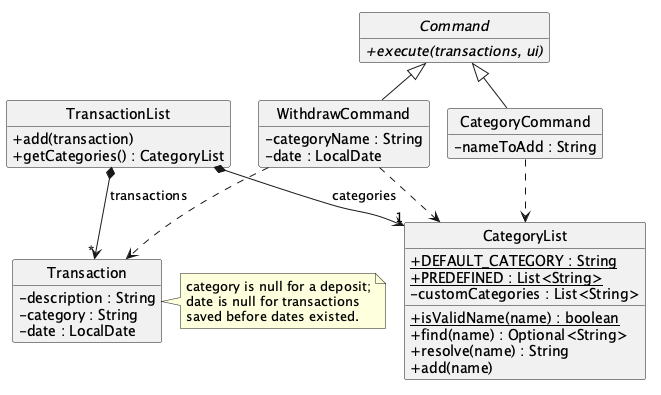
Before: docs/images/CategoryClassDiagram.png, a diagram exported from PlantUML (AY2627S1-CS2113-W13-2/tp). Its diagram source:
```plantuml
@startuml
!pragma layout smetana
hide circle
hide empty members
skinparam shadowing false
skinparam classAttributeIconSize 0

abstract class Command {
  {abstract} +execute(transactions, ui)
}

class WithdrawCommand {
  -categoryName : String
  -date : LocalDate
}

class CategoryCommand {
  -nameToAdd : String
}

class TransactionList {
  +add(transaction)
  +getCategories() : CategoryList
}

class CategoryList {
  {static} +DEFAULT_CATEGORY : String
  {static} +PREDEFINED : List<String>
  -customCategories : List<String>
  {static} +isValidName(name) : boolean
  +find(name) : Optional<String>
  +resolve(name) : String
  +add(name)
}

class Transaction {
  -description : String
  -category : String
  -date : LocalDate
}

Command <|-- WithdrawCommand
Command <|-- CategoryCommand
TransactionList *--> "1" CategoryList : categories
TransactionList *--> "*" Transaction : transactions
WithdrawCommand ..> CategoryList
CategoryCommand ..> CategoryList
WithdrawCommand ..> Transaction

note right of Transaction
  category is null for a deposit;
  date is null for transactions
  saved before dates existed.
end note
@enduml
```
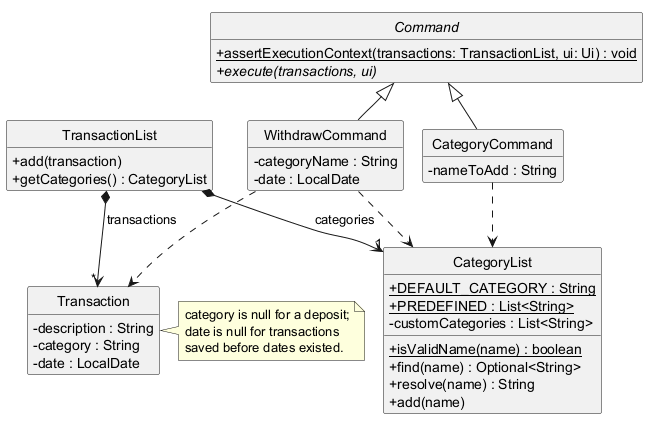
After the change.

Diff of the diagram source:
```diff
@@ -6,6 +6,7 @@
 skinparam classAttributeIconSize 0
 
 abstract class Command {
+  {static} +assertExecutionContext(transactions: TransactionList, ui: Ui) : void
   {abstract} +execute(transactions, ui)
 }
 
```
